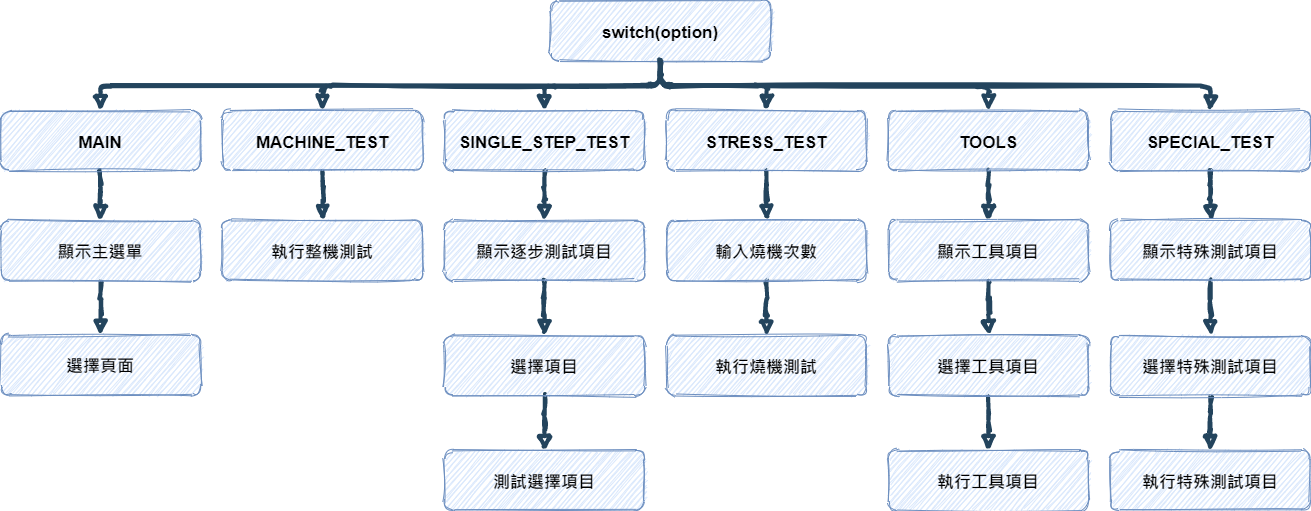
Earlier version of the draw.io export 測試程式-displayScreen(主操作邏輯).png (abab0971/TestReadme). Source tidied: cells renumbered, new cells last; positions are measured from the earlier drawing's top-left corner, leaving out a move shared by most shapes.
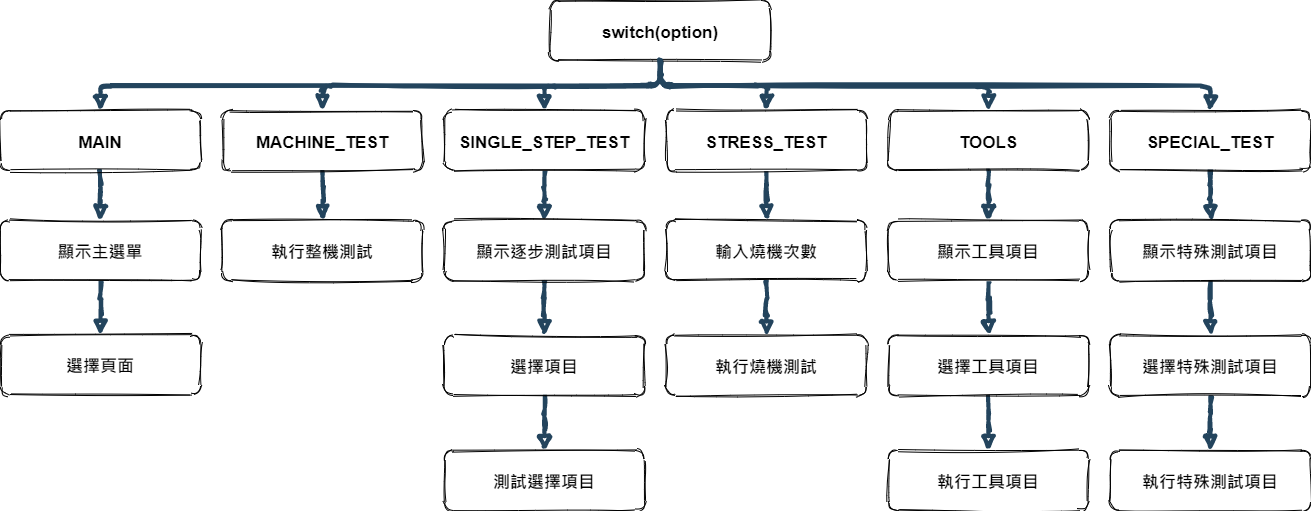
After the change.

Commit message:
Update 測試程式-displayScreen(主操作邏輯).png

Change to the diagram source:
```diff
@@ -11,25 +11,25 @@
     <mxCell id="4" style="edgeStyle=elbowEdgeStyle;jettySize=auto;elbow=vertical;html=1;exitX=0.5;exitY=1;exitDx=0;exitDy=0;entryX=0.5;entryY=0;entryDx=0;entryDy=0;endArrow=block;endFill=1;strokeColor=#23445D;strokeWidth=4;sketch=1;fontSize=17;" parent="1" edge="1" source="5" target="23">
       <mxGeometry relative="1" as="geometry" />
     </mxCell>
-    <mxCell id="5" value="switch(option)" style="rounded=1;fillColor=#dae8fc;strokeColor=#6c8ebf;shadow=0;fontStyle=1;fontSize=17;sketch=1;" parent="1" vertex="1">
+    <mxCell id="5" value="switch(option)" style="rounded=1;shadow=0;fontStyle=1;fontSize=17;sketch=1;labelBackgroundColor=none;" parent="1" vertex="1">
       <mxGeometry x="550" width="220" height="60" as="geometry" />
     </mxCell>
     <mxCell id="6" style="edgeStyle=elbowEdgeStyle;jettySize=auto;elbow=vertical;html=1;exitX=0.5;exitY=1;exitDx=0;exitDy=0;entryX=0.5;entryY=0;entryDx=0;entryDy=0;endArrow=block;endFill=1;strokeColor=#23445D;strokeWidth=4;sketch=1;fontSize=17;" parent="1" edge="1" source="7" target="19">
       <mxGeometry relative="1" as="geometry" />
     </mxCell>
-    <mxCell id="7" value="MACHINE_TEST" style="rounded=1;fillColor=#dae8fc;strokeColor=#6c8ebf;shadow=0;fontStyle=1;fontSize=17;sketch=1;" parent="1" vertex="1">
+    <mxCell id="7" value="MACHINE_TEST" style="rounded=1;shadow=0;fontStyle=1;fontSize=17;sketch=1;" parent="1" vertex="1">
       <mxGeometry x="222" y="110" width="200" height="60" as="geometry" />
     </mxCell>
     <mxCell id="8" style="edgeStyle=elbowEdgeStyle;jettySize=auto;elbow=vertical;html=1;exitX=0.5;exitY=1;exitDx=0;exitDy=0;entryX=0.5;entryY=0;entryDx=0;entryDy=0;endArrow=block;endFill=1;strokeColor=#23445D;strokeWidth=4;sketch=1;fontSize=17;" parent="1" edge="1" source="9" target="21">
       <mxGeometry relative="1" as="geometry" />
     </mxCell>
-    <mxCell id="9" value="SINGLE_STEP_TEST" style="rounded=1;fillColor=#dae8fc;strokeColor=#6c8ebf;shadow=0;fontStyle=1;fontSize=17;sketch=1;" parent="1" vertex="1">
+    <mxCell id="9" value="SINGLE_STEP_TEST" style="rounded=1;shadow=0;fontStyle=1;fontSize=17;sketch=1;" parent="1" vertex="1">
       <mxGeometry x="444" y="110" width="200" height="60" as="geometry" />
     </mxCell>
     <mxCell id="10" style="edgeStyle=elbowEdgeStyle;jettySize=auto;elbow=vertical;html=1;exitX=0.5;exitY=1;exitDx=0;exitDy=0;entryX=0.5;entryY=0;entryDx=0;entryDy=0;endArrow=block;endFill=1;strokeColor=#23445D;strokeWidth=4;sketch=1;fontSize=17;" parent="1" edge="1" source="11" target="38">
       <mxGeometry relative="1" as="geometry" />
     </mxCell>
-    <mxCell id="11" value="SPECIAL_TEST" style="rounded=1;fillColor=#dae8fc;strokeColor=#6c8ebf;shadow=0;fontStyle=1;fontSize=17;sketch=1;" parent="1" vertex="1">
+    <mxCell id="11" value="SPECIAL_TEST" style="rounded=1;shadow=0;fontStyle=1;fontSize=17;sketch=1;" parent="1" vertex="1">
       <mxGeometry x="1110" y="110" width="200" height="60" as="geometry" />
     </mxCell>
     <mxCell id="12" style="edgeStyle=elbowEdgeStyle;elbow=vertical;strokeWidth=4;endArrow=block;endFill=1;fontStyle=1;strokeColor=#23445D;sketch=1;fontSize=17;" parent="1" edge="1" source="5" target="9">
@@ -44,85 +44,85 @@
     <mxCell id="15" style="edgeStyle=elbowEdgeStyle;jettySize=auto;elbow=vertical;html=1;exitX=0.5;exitY=1;exitDx=0;exitDy=0;entryX=0.5;entryY=0;entryDx=0;entryDy=0;endArrow=block;endFill=1;strokeColor=#23445D;strokeWidth=4;sketch=1;fontSize=17;" parent="1" edge="1" source="16" target="31">
       <mxGeometry relative="1" as="geometry" />
     </mxCell>
-    <mxCell id="16" value="STRESS_TEST" style="rounded=1;fillColor=#dae8fc;strokeColor=#6c8ebf;shadow=0;fontStyle=1;fontSize=17;sketch=1;" parent="1" vertex="1">
+    <mxCell id="16" value="STRESS_TEST" style="rounded=1;shadow=0;fontStyle=1;fontSize=17;sketch=1;" parent="1" vertex="1">
       <mxGeometry x="666" y="110" width="200" height="60" as="geometry" />
     </mxCell>
     <mxCell id="17" style="edgeStyle=elbowEdgeStyle;jettySize=auto;elbow=vertical;html=1;exitX=0.5;exitY=1;exitDx=0;exitDy=0;entryX=0.5;entryY=0;entryDx=0;entryDy=0;endArrow=block;endFill=1;strokeColor=#23445D;strokeWidth=4;sketch=1;fontSize=17;" parent="1" edge="1" source="18" target="34">
       <mxGeometry relative="1" as="geometry" />
     </mxCell>
-    <mxCell id="18" value="TOOLS" style="rounded=1;fillColor=#dae8fc;strokeColor=#6c8ebf;shadow=0;fontStyle=1;fontSize=17;sketch=1;" parent="1" vertex="1">
+    <mxCell id="18" value="TOOLS" style="rounded=1;shadow=0;fontStyle=1;fontSize=17;sketch=1;" parent="1" vertex="1">
       <mxGeometry x="888" y="110" width="200" height="60" as="geometry" />
     </mxCell>
-    <mxCell id="19" value="執行整機測試" style="rounded=1;fillColor=#dae8fc;strokeColor=#6c8ebf;shadow=0;fontStyle=1;fontSize=17;sketch=1;" parent="1" vertex="1">
+    <mxCell id="19" value="執行整機測試" style="rounded=1;shadow=0;fontStyle=1;fontSize=17;sketch=1;" parent="1" vertex="1">
       <mxGeometry x="222" y="220" width="200" height="60" as="geometry" />
     </mxCell>
     <mxCell id="20" style="edgeStyle=elbowEdgeStyle;jettySize=auto;elbow=vertical;html=1;exitX=0.5;exitY=1;exitDx=0;exitDy=0;entryX=0.5;entryY=0;entryDx=0;entryDy=0;endArrow=block;endFill=1;strokeColor=#23445D;strokeWidth=4;sketch=1;fontSize=17;" parent="1" edge="1" source="21" target="29">
       <mxGeometry relative="1" as="geometry" />
     </mxCell>
-    <mxCell id="21" value="顯示逐步測試項目" style="rounded=1;fillColor=#dae8fc;strokeColor=#6c8ebf;shadow=0;fontStyle=1;fontSize=17;sketch=1;" parent="1" vertex="1">
+    <mxCell id="21" value="顯示逐步測試項目" style="rounded=1;shadow=0;fontStyle=1;fontSize=17;sketch=1;" parent="1" vertex="1">
       <mxGeometry x="444" y="220" width="200" height="60" as="geometry" />
     </mxCell>
     <mxCell id="22" style="edgeStyle=elbowEdgeStyle;jettySize=auto;elbow=vertical;html=1;exitX=0.5;exitY=1;exitDx=0;exitDy=0;entryX=0.5;entryY=0;entryDx=0;entryDy=0;endArrow=block;endFill=1;strokeColor=#23445D;strokeWidth=4;sketch=1;fontSize=17;" parent="1" edge="1" source="23" target="25">
       <mxGeometry relative="1" as="geometry" />
     </mxCell>
-    <mxCell id="23" value="MAIN" style="rounded=1;fillColor=#dae8fc;strokeColor=#6c8ebf;shadow=0;fontStyle=1;fontSize=17;sketch=1;" parent="1" vertex="1">
+    <mxCell id="23" value="MAIN" style="rounded=1;shadow=0;fontStyle=1;fontSize=17;sketch=1;" parent="1" vertex="1">
       <mxGeometry y="110" width="200" height="60" as="geometry" />
     </mxCell>
     <mxCell id="24" style="edgeStyle=elbowEdgeStyle;jettySize=auto;elbow=vertical;html=1;exitX=0.5;exitY=1;exitDx=0;exitDy=0;entryX=0.5;entryY=0;entryDx=0;entryDy=0;endArrow=block;endFill=1;strokeColor=#23445D;strokeWidth=4;sketch=1;fontSize=17;" parent="1" edge="1" source="25" target="26">
       <mxGeometry relative="1" as="geometry" />
     </mxCell>
-    <mxCell id="25" value="顯示主選單" style="rounded=1;fillColor=#dae8fc;strokeColor=#6c8ebf;shadow=0;fontStyle=1;fontSize=17;sketch=1;" parent="1" vertex="1">
+    <mxCell id="25" value="顯示主選單" style="rounded=1;shadow=0;fontStyle=1;fontSize=17;sketch=1;" parent="1" vertex="1">
       <mxGeometry y="220" width="200" height="60" as="geometry" />
     </mxCell>
-    <mxCell id="26" value="選擇頁面" style="rounded=1;fillColor=#dae8fc;strokeColor=#6c8ebf;shadow=0;fontStyle=1;fontSize=17;sketch=1;" parent="1" vertex="1">
+    <mxCell id="26" value="選擇頁面" style="rounded=1;shadow=0;fontStyle=1;fontSize=17;sketch=1;" parent="1" vertex="1">
       <mxGeometry y="334.5" width="200" height="60" as="geometry" />
     </mxCell>
-    <mxCell id="27" value="測試選擇項目" style="rounded=1;fillColor=#dae8fc;strokeColor=#6c8ebf;shadow=0;fontStyle=1;fontSize=17;sketch=1;" parent="1" vertex="1">
+    <mxCell id="27" value="測試選擇項目" style="rounded=1;shadow=0;fontStyle=1;fontSize=17;sketch=1;" parent="1" vertex="1">
       <mxGeometry x="444" y="450" width="200" height="60" as="geometry" />
     </mxCell>
     <mxCell id="28" style="edgeStyle=elbowEdgeStyle;jettySize=auto;elbow=vertical;html=1;exitX=0.5;exitY=1;exitDx=0;exitDy=0;entryX=0.5;entryY=0;entryDx=0;entryDy=0;endArrow=block;endFill=1;strokeColor=#23445D;strokeWidth=4;sketch=1;fontSize=17;" parent="1" edge="1" source="29" target="27">
       <mxGeometry relative="1" as="geometry" />
     </mxCell>
-    <mxCell id="29" value="選擇項目" style="rounded=1;fillColor=#dae8fc;strokeColor=#6c8ebf;shadow=0;fontStyle=1;fontSize=17;sketch=1;" parent="1" vertex="1">
+    <mxCell id="29" value="選擇項目" style="rounded=1;shadow=0;fontStyle=1;fontSize=17;sketch=1;" parent="1" vertex="1">
       <mxGeometry x="444" y="335" width="200" height="60" as="geometry" />
     </mxCell>
     <mxCell id="30" style="edgeStyle=elbowEdgeStyle;jettySize=auto;elbow=vertical;html=1;exitX=0.5;exitY=1;exitDx=0;exitDy=0;entryX=0.5;entryY=0;entryDx=0;entryDy=0;endArrow=block;endFill=1;strokeColor=#23445D;strokeWidth=4;sketch=1;fontSize=17;" parent="1" edge="1" source="31" target="32">
       <mxGeometry relative="1" as="geometry" />
     </mxCell>
-    <mxCell id="31" value="輸入燒機次數" style="rounded=1;fillColor=#dae8fc;strokeColor=#6c8ebf;shadow=0;fontStyle=1;fontSize=17;sketch=1;" parent="1" vertex="1">
+    <mxCell id="31" value="輸入燒機次數" style="rounded=1;shadow=0;fontStyle=1;fontSize=17;sketch=1;" parent="1" vertex="1">
       <mxGeometry x="666" y="220" width="200" height="60" as="geometry" />
     </mxCell>
-    <mxCell id="32" value="執行燒機測試" style="rounded=1;fillColor=#dae8fc;strokeColor=#6c8ebf;shadow=0;fontStyle=1;fontSize=17;sketch=1;" parent="1" vertex="1">
+    <mxCell id="32" value="執行燒機測試" style="rounded=1;shadow=0;fontStyle=1;fontSize=17;sketch=1;" parent="1" vertex="1">
       <mxGeometry x="666" y="335" width="200" height="60" as="geometry" />
     </mxCell>
     <mxCell id="33" style="edgeStyle=elbowEdgeStyle;jettySize=auto;elbow=vertical;html=1;exitX=0.5;exitY=1;exitDx=0;exitDy=0;entryX=0.5;entryY=0;entryDx=0;entryDy=0;endArrow=block;endFill=1;strokeColor=#23445D;strokeWidth=4;sketch=1;fontSize=17;" parent="1" edge="1" source="34" target="36">
       <mxGeometry relative="1" as="geometry" />
     </mxCell>
-    <mxCell id="34" value="顯示工具項目" style="rounded=1;fillColor=#dae8fc;strokeColor=#6c8ebf;shadow=0;fontStyle=1;fontSize=17;sketch=1;" parent="1" vertex="1">
+    <mxCell id="34" value="顯示工具項目" style="rounded=1;shadow=0;fontStyle=1;fontSize=17;sketch=1;" parent="1" vertex="1">
       <mxGeometry x="888" y="220" width="200" height="60" as="geometry" />
     </mxCell>
     <mxCell id="35" style="edgeStyle=elbowEdgeStyle;jettySize=auto;elbow=vertical;html=1;exitX=0.5;exitY=1;exitDx=0;exitDy=0;entryX=0.5;entryY=0;entryDx=0;entryDy=0;endArrow=block;endFill=1;strokeColor=#23445D;strokeWidth=4;sketch=1;fontSize=17;" parent="1" edge="1" source="36" target="39">
       <mxGeometry relative="1" as="geometry" />
     </mxCell>
-    <mxCell id="36" value="選擇工具項目" style="rounded=1;fillColor=#dae8fc;strokeColor=#6c8ebf;shadow=0;fontStyle=1;fontSize=17;sketch=1;" parent="1" vertex="1">
+    <mxCell id="36" value="選擇工具項目" style="rounded=1;shadow=0;fontStyle=1;fontSize=17;sketch=1;" parent="1" vertex="1">
       <mxGeometry x="888" y="335" width="200" height="60" as="geometry" />
     </mxCell>
     <mxCell id="37" style="edgeStyle=elbowEdgeStyle;jettySize=auto;elbow=vertical;html=1;exitX=0.5;exitY=1;exitDx=0;exitDy=0;entryX=0.5;entryY=0;entryDx=0;entryDy=0;endArrow=block;endFill=1;strokeColor=#23445D;strokeWidth=4;sketch=1;fontSize=17;" parent="1" edge="1" source="38" target="41">
       <mxGeometry relative="1" as="geometry" />
     </mxCell>
-    <mxCell id="38" value="顯示特殊測試項目" style="rounded=1;fillColor=#dae8fc;strokeColor=#6c8ebf;shadow=0;fontStyle=1;fontSize=17;sketch=1;" parent="1" vertex="1">
+    <mxCell id="38" value="顯示特殊測試項目" style="rounded=1;shadow=0;fontStyle=1;fontSize=17;sketch=1;" parent="1" vertex="1">
       <mxGeometry x="1110" y="220" width="200" height="60" as="geometry" />
     </mxCell>
-    <mxCell id="39" value="執行工具項目" style="rounded=1;fillColor=#dae8fc;strokeColor=#6c8ebf;shadow=0;fontStyle=1;fontSize=17;sketch=1;" parent="1" vertex="1">
+    <mxCell id="39" value="執行工具項目" style="rounded=1;shadow=0;fontStyle=1;fontSize=17;sketch=1;" parent="1" vertex="1">
       <mxGeometry x="888" y="450" width="200" height="60" as="geometry" />
     </mxCell>
     <mxCell id="40" style="edgeStyle=elbowEdgeStyle;jettySize=auto;elbow=vertical;html=1;exitX=0.5;exitY=1;exitDx=0;exitDy=0;entryX=0.5;entryY=0;entryDx=0;entryDy=0;endArrow=block;endFill=1;strokeColor=#23445D;strokeWidth=4;sketch=1;fontSize=17;" parent="1" edge="1" source="41" target="42">
       <mxGeometry relative="1" as="geometry" />
     </mxCell>
-    <mxCell id="41" value="選擇特殊測試項目" style="rounded=1;fillColor=#dae8fc;strokeColor=#6c8ebf;shadow=0;fontStyle=1;fontSize=17;sketch=1;" parent="1" vertex="1">
+    <mxCell id="41" value="選擇特殊測試項目" style="rounded=1;shadow=0;fontStyle=1;fontSize=17;sketch=1;" parent="1" vertex="1">
       <mxGeometry x="1110" y="335" width="200" height="60" as="geometry" />
     </mxCell>
-    <mxCell id="42" value="執行特殊測試項目" style="rounded=1;fillColor=#dae8fc;strokeColor=#6c8ebf;shadow=0;fontStyle=1;fontSize=17;sketch=1;" parent="1" vertex="1">
+    <mxCell id="42" value="執行特殊測試項目" style="rounded=1;shadow=0;fontStyle=1;fontSize=17;sketch=1;" parent="1" vertex="1">
       <mxGeometry x="1110" y="450" width="200" height="60" as="geometry" />
     </mxCell>
   </root>
```
